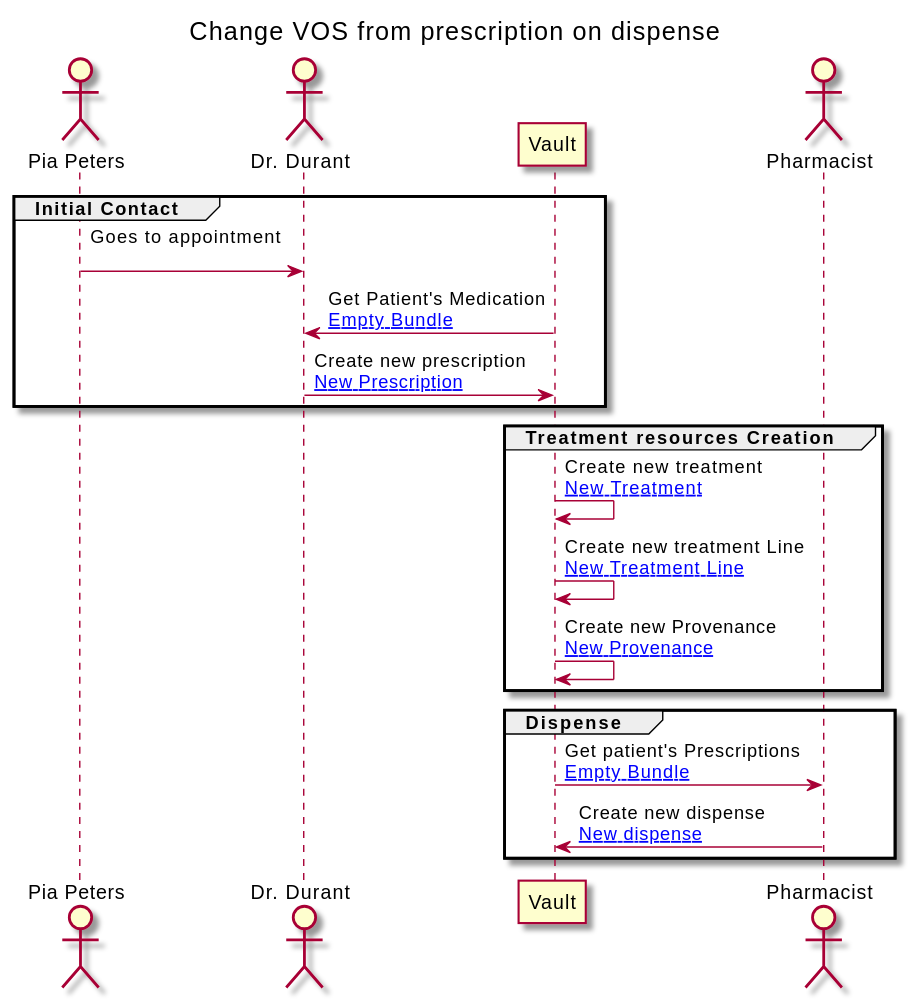
This is branches/master/ExampleScenario-example-2-scenario.svg from jcostateixeira/riziv-medication-record, a PlantUML export, as it was before one commit.
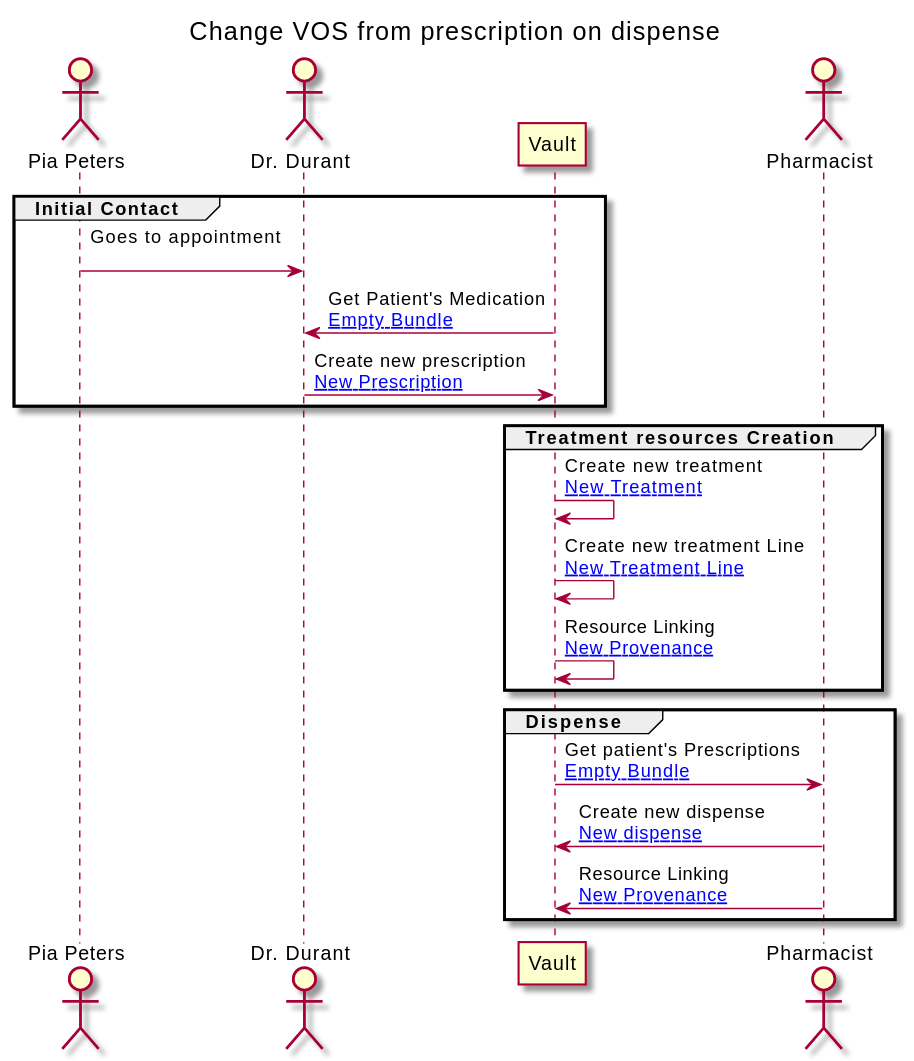
Above is the later version.

What changed in the source:
```diff
@@ -24,13 +24,14 @@
 
 VAULT -> VAULT : Create new treatment\n[[ExampleScenario-example-2-scenario-resources.html#2a-treatment New Treatment]]
 VAULT -> VAULT : Create new treatment Line\n[[ExampleScenario-example-2-scenario-resources.html#2a-treatmentLine New Treatment Line]]
-VAULT -> VAULT : Create new Provenance\n[[ExampleScenario-example-2-scenario-resources.html#2-provenance New Provenance]]
+VAULT -> VAULT : Resource Linking\n[[ExampleScenario-example-2-scenario-resources.html#2-1-provenance New Provenance]]
 end
 
 group Dispense
 
 VAULT -> PHARM : Get patient's Prescriptions\n[[ExampleScenario-example-2-scenario-resources.html#EB Empty Bundle]]
 PHARM -> VAULT : Create new dispense\n[[ExampleScenario-example-2-scenario-resources.html#2a-dispense New dispense]]
+PHARM -> VAULT : Resource Linking\n[[ExampleScenario-example-2-scenario-resources.html#2-2-provenance New Provenance]]
 end
 
 
```
